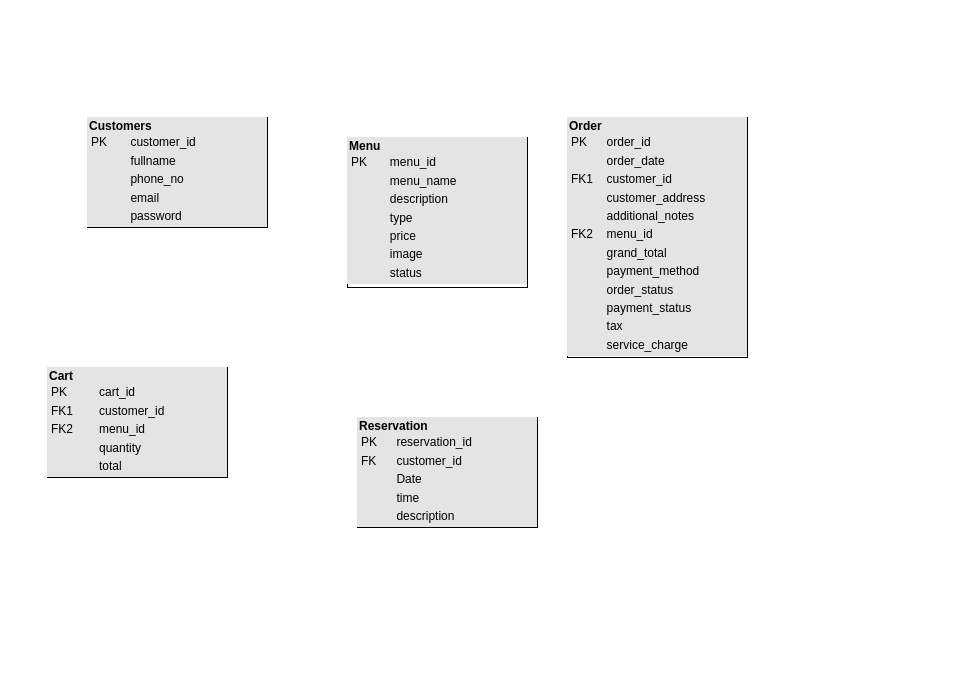
Earlier version of the draw.io diagram ZachumERD.drawio (birbdrtamang/Zachum-By-Skydancer). Source tidied: cells renumbered, new cells numbered last; positions are measured from the earlier drawing's top-left corner, leaving out a move shared by most shapes. Both pictures are drawn from the tidied source at 100%, with x=0, y=0 at pixel (47, 117).
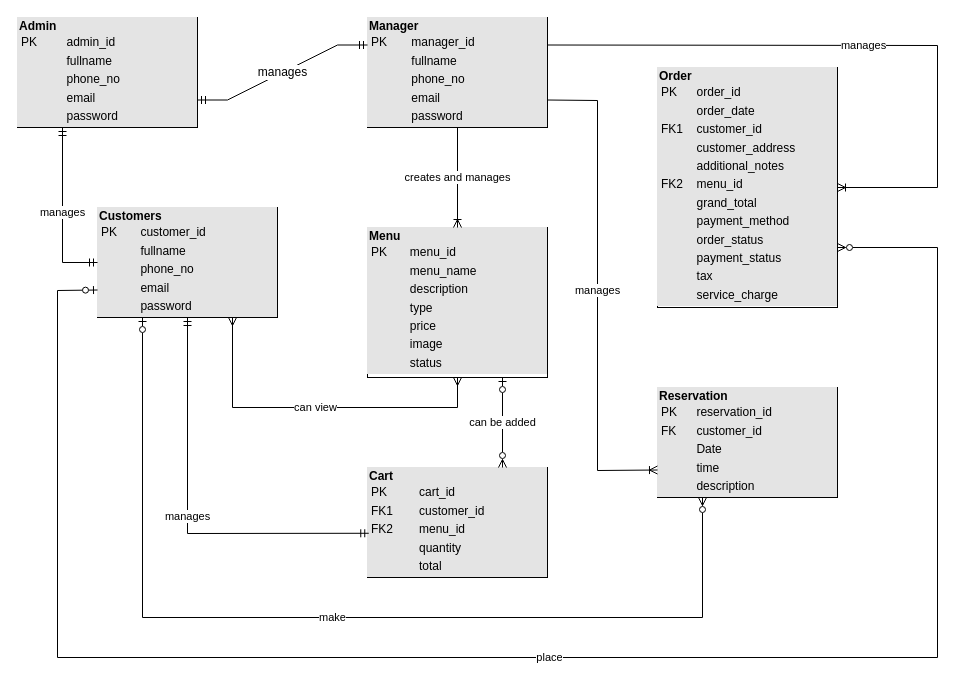
The same page after the edit.

Change to the diagram source:
```diff
@@
     <mxCell id="2" value="&lt;div style=&quot;box-sizing:border-box;width:100%;background:#e4e4e4;padding:2px;&quot;&gt;&lt;b&gt;Customers&lt;/b&gt;&lt;br&gt;&lt;table style=&quot;background-color: initial; font-size: 1em; width: 100%;&quot; cellpadding=&quot;2&quot; cellspacing=&quot;0&quot;&gt;&lt;tbody&gt;&lt;tr&gt;&lt;td&gt;PK&lt;/td&gt;&lt;td&gt;customer_id&lt;/td&gt;&lt;/tr&gt;&lt;tr&gt;&lt;td&gt;&lt;br&gt;&lt;/td&gt;&lt;td&gt;fullname&lt;/td&gt;&lt;/tr&gt;&lt;tr&gt;&lt;td&gt;&lt;br&gt;&lt;/td&gt;&lt;td&gt;phone_no&lt;/td&gt;&lt;/tr&gt;&lt;tr&gt;&lt;td&gt;&lt;br&gt;&lt;/td&gt;&lt;td&gt;email&lt;/td&gt;&lt;/tr&gt;&lt;tr&gt;&lt;td&gt;&lt;br&gt;&lt;/td&gt;&lt;td&gt;password&lt;/td&gt;&lt;/tr&gt;&lt;/tbody&gt;&lt;/table&gt;&lt;/div&gt;" style="verticalAlign=top;align=left;overflow=fill;html=1;whiteSpace=wrap;" parent="1" vertex="1">
-      <mxGeometry x="40" width="180" height="110" as="geometry" />
+      <mxGeometry x="50" y="90" width="180" height="110" as="geometry" />
     </mxCell>
     <mxCell id="3" value="&lt;div style=&quot;box-sizing:border-box;width:100%;background:#e4e4e4;padding:2px;&quot;&gt;&lt;b&gt;Menu&lt;/b&gt;&lt;br&gt;&lt;table style=&quot;background-color: initial; font-size: 1em; width: 100%;&quot; cellpadding=&quot;2&quot; cellspacing=&quot;0&quot;&gt;&lt;tbody&gt;&lt;tr&gt;&lt;td&gt;PK&lt;/td&gt;&lt;td&gt;menu_id&lt;/td&gt;&lt;/tr&gt;&lt;tr&gt;&lt;td&gt;&lt;br&gt;&lt;/td&gt;&lt;td&gt;menu_name&lt;/td&gt;&lt;/tr&gt;&lt;tr&gt;&lt;td&gt;&lt;br&gt;&lt;/td&gt;&lt;td&gt;description&lt;/td&gt;&lt;/tr&gt;&lt;tr&gt;&lt;td&gt;&lt;br&gt;&lt;/td&gt;&lt;td&gt;type&lt;/td&gt;&lt;/tr&gt;&lt;tr&gt;&lt;td&gt;&lt;br&gt;&lt;/td&gt;&lt;td&gt;price&lt;/td&gt;&lt;/tr&gt;&lt;tr&gt;&lt;td&gt;&lt;br&gt;&lt;/td&gt;&lt;td&gt;image&lt;/td&gt;&lt;/tr&gt;&lt;tr&gt;&lt;td&gt;&lt;br&gt;&lt;/td&gt;&lt;td&gt;status&lt;/td&gt;&lt;/tr&gt;&lt;/tbody&gt;&lt;/table&gt;&lt;/div&gt;" style="verticalAlign=top;align=left;overflow=fill;html=1;whiteSpace=wrap;" parent="1" vertex="1">
-      <mxGeometry x="300" y="20" width="180" height="150" as="geometry" />
+      <mxGeometry x="320" y="110" width="180" height="150" as="geometry" />
     </mxCell>
     <mxCell id="4" value="&lt;div style=&quot;box-sizing:border-box;width:100%;background:#e4e4e4;padding:2px;&quot;&gt;&lt;b&gt;Order&lt;/b&gt;&lt;br&gt;&lt;table style=&quot;background-color: initial; font-size: 1em; width: 100%;&quot; cellpadding=&quot;2&quot; cellspacing=&quot;0&quot;&gt;&lt;tbody&gt;&lt;tr&gt;&lt;td&gt;PK&lt;/td&gt;&lt;td&gt;order_id&lt;/td&gt;&lt;/tr&gt;&lt;tr&gt;&lt;td&gt;&lt;br&gt;&lt;/td&gt;&lt;td&gt;order_date&lt;/td&gt;&lt;/tr&gt;&lt;tr&gt;&lt;td&gt;FK1&lt;/td&gt;&lt;td&gt;customer_id&lt;/td&gt;&lt;/tr&gt;&lt;tr&gt;&lt;td&gt;&lt;br&gt;&lt;/td&gt;&lt;td&gt;customer_address&lt;/td&gt;&lt;/tr&gt;&lt;tr&gt;&lt;td&gt;&lt;br&gt;&lt;/td&gt;&lt;td&gt;additional_notes&lt;/td&gt;&lt;/tr&gt;&lt;tr&gt;&lt;td&gt;FK2&lt;/td&gt;&lt;td&gt;menu_id&lt;/td&gt;&lt;/tr&gt;&lt;tr&gt;&lt;td&gt;&lt;br&gt;&lt;/td&gt;&lt;td&gt;grand_total&lt;/td&gt;&lt;/tr&gt;&lt;tr&gt;&lt;td&gt;&lt;br&gt;&lt;/td&gt;&lt;td&gt;payment_method&lt;/td&gt;&lt;/tr&gt;&lt;tr&gt;&lt;td&gt;&lt;br&gt;&lt;/td&gt;&lt;td&gt;order_status&lt;/td&gt;&lt;/tr&gt;&lt;tr&gt;&lt;td&gt;&lt;br&gt;&lt;/td&gt;&lt;td&gt;payment_status&lt;/td&gt;&lt;/tr&gt;&lt;tr&gt;&lt;td&gt;&lt;br&gt;&lt;/td&gt;&lt;td&gt;tax&lt;/td&gt;&lt;/tr&gt;&lt;tr&gt;&lt;td&gt;&lt;br&gt;&lt;/td&gt;&lt;td&gt;service_charge&lt;/td&gt;&lt;/tr&gt;&lt;/tbody&gt;&lt;/table&gt;&lt;/div&gt;" style="verticalAlign=top;align=left;overflow=fill;html=1;whiteSpace=wrap;" parent="1" vertex="1">
-      <mxGeometry x="520" width="180" height="240" as="geometry" />
+      <mxGeometry x="610" y="-50" width="180" height="240" as="geometry" />
     </mxCell>
     <mxCell id="5" value="&lt;div style=&quot;box-sizing:border-box;width:100%;background:#e4e4e4;padding:2px;&quot;&gt;&lt;b&gt;Cart&lt;/b&gt;&lt;table style=&quot;background-color: initial; font-size: 1em; width: 100%;&quot; cellpadding=&quot;2&quot; cellspacing=&quot;0&quot;&gt;&lt;tbody&gt;&lt;tr&gt;&lt;td&gt;PK&lt;/td&gt;&lt;td&gt;cart_id&lt;/td&gt;&lt;/tr&gt;&lt;tr&gt;&lt;td&gt;FK1&lt;/td&gt;&lt;td&gt;customer_id&lt;/td&gt;&lt;/tr&gt;&lt;tr&gt;&lt;td&gt;FK2&lt;/td&gt;&lt;td&gt;menu_id&lt;/td&gt;&lt;/tr&gt;&lt;tr&gt;&lt;td&gt;&lt;br&gt;&lt;/td&gt;&lt;td&gt;quantity&lt;/td&gt;&lt;/tr&gt;&lt;tr&gt;&lt;td&gt;&lt;br&gt;&lt;/td&gt;&lt;td&gt;total&lt;/td&gt;&lt;/tr&gt;&lt;tr&gt;&lt;td&gt;&lt;br&gt;&lt;/td&gt;&lt;td&gt;&lt;br&gt;&lt;/td&gt;&lt;/tr&gt;&lt;tr&gt;&lt;td&gt;&lt;br&gt;&lt;/td&gt;&lt;td&gt;&lt;br&gt;&lt;/td&gt;&lt;/tr&gt;&lt;/tbody&gt;&lt;/table&gt;&lt;/div&gt;" style="verticalAlign=top;align=left;overflow=fill;html=1;whiteSpace=wrap;" parent="1" vertex="1">
-      <mxGeometry y="250" width="180" height="110" as="geometry" />
+      <mxGeometry x="320" y="350" width="180" height="110" as="geometry" />
     </mxCell>
     <mxCell id="6" value="&lt;div style=&quot;box-sizing:border-box;width:100%;background:#e4e4e4;padding:2px;&quot;&gt;&lt;b&gt;Reservation&lt;/b&gt;&lt;br&gt;&lt;table style=&quot;background-color: initial; font-size: 1em; width: 100%;&quot; cellpadding=&quot;2&quot; cellspacing=&quot;0&quot;&gt;&lt;tbody&gt;&lt;tr&gt;&lt;td&gt;PK&lt;/td&gt;&lt;td&gt;reservation_id&lt;/td&gt;&lt;/tr&gt;&lt;tr&gt;&lt;td&gt;FK&lt;/td&gt;&lt;td&gt;customer_id&lt;/td&gt;&lt;/tr&gt;&lt;tr&gt;&lt;td&gt;&lt;br&gt;&lt;/td&gt;&lt;td&gt;Date&lt;/td&gt;&lt;/tr&gt;&lt;tr&gt;&lt;td&gt;&lt;br&gt;&lt;/td&gt;&lt;td&gt;time&lt;/td&gt;&lt;/tr&gt;&lt;tr&gt;&lt;td&gt;&lt;br&gt;&lt;/td&gt;&lt;td&gt;description&lt;/td&gt;&lt;/tr&gt;&lt;tr&gt;&lt;td&gt;&lt;br&gt;&lt;/td&gt;&lt;td&gt;&lt;br&gt;&lt;/td&gt;&lt;/tr&gt;&lt;tr&gt;&lt;td&gt;&lt;br&gt;&lt;/td&gt;&lt;td&gt;&lt;br&gt;&lt;/td&gt;&lt;/tr&gt;&lt;/tbody&gt;&lt;/table&gt;&lt;/div&gt;" style="verticalAlign=top;align=left;overflow=fill;html=1;whiteSpace=wrap;" parent="1" vertex="1">
-      <mxGeometry x="310" y="300" width="180" height="110" as="geometry" />
+      <mxGeometry x="610" y="270" width="180" height="110" as="geometry" />
     </mxCell>
+    <mxCell id="7" value="&lt;div style=&quot;box-sizing:border-box;width:100%;background:#e4e4e4;padding:2px;&quot;&gt;&lt;b&gt;Admin&lt;/b&gt;&lt;table style=&quot;background-color: initial; font-size: 1em; width: 100%;&quot; cellpadding=&quot;2&quot; cellspacing=&quot;0&quot;&gt;&lt;tbody&gt;&lt;tr&gt;&lt;td&gt;PK&lt;/td&gt;&lt;td&gt;admin_id&lt;/td&gt;&lt;/tr&gt;&lt;tr&gt;&lt;td&gt;&lt;br&gt;&lt;/td&gt;&lt;td&gt;fullname&lt;/td&gt;&lt;/tr&gt;&lt;tr&gt;&lt;td&gt;&lt;br&gt;&lt;/td&gt;&lt;td&gt;phone_no&lt;/td&gt;&lt;/tr&gt;&lt;tr&gt;&lt;td&gt;&lt;br&gt;&lt;/td&gt;&lt;td&gt;email&lt;/td&gt;&lt;/tr&gt;&lt;tr&gt;&lt;td&gt;&lt;br&gt;&lt;/td&gt;&lt;td&gt;password&lt;/td&gt;&lt;/tr&gt;&lt;/tbody&gt;&lt;/table&gt;&lt;/div&gt;" style="verticalAlign=top;align=left;overflow=fill;html=1;whiteSpace=wrap;" parent="1" vertex="1">
+      <mxGeometry x="-30" y="-100" width="180" height="110" as="geometry" />
+    </mxCell>
+    <mxCell id="8" value="&lt;div style=&quot;box-sizing:border-box;width:100%;background:#e4e4e4;padding:2px;&quot;&gt;&lt;b&gt;Manager&lt;/b&gt;&lt;table style=&quot;background-color: initial; font-size: 1em; width: 100%;&quot; cellpadding=&quot;2&quot; cellspacing=&quot;0&quot;&gt;&lt;tbody&gt;&lt;tr&gt;&lt;td&gt;PK&lt;/td&gt;&lt;td&gt;manager_id&lt;/td&gt;&lt;/tr&gt;&lt;tr&gt;&lt;td&gt;&lt;br&gt;&lt;/td&gt;&lt;td&gt;fullname&lt;/td&gt;&lt;/tr&gt;&lt;tr&gt;&lt;td&gt;&lt;br&gt;&lt;/td&gt;&lt;td&gt;phone_no&lt;/td&gt;&lt;/tr&gt;&lt;tr&gt;&lt;td&gt;&lt;br&gt;&lt;/td&gt;&lt;td&gt;email&lt;/td&gt;&lt;/tr&gt;&lt;tr&gt;&lt;td&gt;&lt;br&gt;&lt;/td&gt;&lt;td&gt;password&lt;/td&gt;&lt;/tr&gt;&lt;/tbody&gt;&lt;/table&gt;&lt;/div&gt;" style="verticalAlign=top;align=left;overflow=fill;html=1;whiteSpace=wrap;" parent="1" vertex="1">
+      <mxGeometry x="320" y="-100" width="180" height="110" as="geometry" />
+    </mxCell>
+    <mxCell id="9" value="manages" style="edgeStyle=entityRelationEdgeStyle;fontSize=12;html=1;endArrow=ERmandOne;startArrow=ERmandOne;rounded=0;entryX=0;entryY=0.25;entryDx=0;entryDy=0;exitX=1;exitY=0.75;exitDx=0;exitDy=0;" parent="1" edge="1" source="7" target="8">
+      <mxGeometry relative="1" as="geometry" />
+    </mxCell>
+    <mxCell id="10" value="manages" style="endArrow=ERmandOne;html=1;rounded=0;exitX=0.25;exitY=1;exitDx=0;exitDy=0;entryX=0;entryY=0.5;entryDx=0;entryDy=0;startArrow=ERmandOne;startFill=0;endFill=0;" parent="1" edge="1" source="7" target="2">
+      <mxGeometry relative="1" as="geometry">
+        <Array as="points">
+          <mxPoint x="15" y="145" />
+        </Array>
+      </mxGeometry>
+    </mxCell>
+    <mxCell id="11" value="creates and manages" style="endArrow=ERoneToMany;html=1;rounded=0;exitX=0.5;exitY=1;exitDx=0;exitDy=0;entryX=0.5;entryY=0;entryDx=0;entryDy=0;endFill=0;" parent="1" edge="1" source="8" target="3">
+      <mxGeometry relative="1" as="geometry" />
+    </mxCell>
+    <mxCell id="12" value="can view" style="endArrow=ERmany;html=1;rounded=0;exitX=0.75;exitY=1;exitDx=0;exitDy=0;entryX=0.5;entryY=1;entryDx=0;entryDy=0;startArrow=ERmany;startFill=0;endFill=0;" parent="1" edge="1" source="2" target="3">
+      <mxGeometry relative="1" as="geometry">
+        <Array as="points">
+          <mxPoint x="185" y="290" />
+          <mxPoint x="410" y="290" />
+        </Array>
+      </mxGeometry>
+    </mxCell>
+    <mxCell id="13" value="can be added" style="endArrow=ERzeroToMany;html=1;rounded=0;exitX=0.75;exitY=1;exitDx=0;exitDy=0;startArrow=ERzeroToOne;startFill=0;endFill=0;entryX=0.75;entryY=0;entryDx=0;entryDy=0;" parent="1" edge="1" source="3" target="5">
+      <mxGeometry relative="1" as="geometry" />
+    </mxCell>
+    <mxCell id="14" value="make" style="endArrow=ERzeroToMany;html=1;rounded=0;exitX=0.25;exitY=1;exitDx=0;exitDy=0;entryX=0.25;entryY=1;entryDx=0;entryDy=0;startArrow=ERzeroToOne;startFill=0;endFill=0;" parent="1" edge="1" source="2" target="6">
+      <mxGeometry relative="1" as="geometry">
+        <Array as="points">
+          <mxPoint x="95" y="500" />
+          <mxPoint x="655" y="500" />
+        </Array>
+      </mxGeometry>
+    </mxCell>
+    <mxCell id="15" value="manages" style="endArrow=ERmandOne;html=1;rounded=0;exitX=0.5;exitY=1;exitDx=0;exitDy=0;entryX=0.007;entryY=0.598;entryDx=0;entryDy=0;entryPerimeter=0;startArrow=ERmandOne;startFill=0;endFill=0;" parent="1" edge="1" source="2" target="5">
+      <mxGeometry relative="1" as="geometry">
+        <Array as="points">
+          <mxPoint x="140" y="416" />
+        </Array>
+      </mxGeometry>
+    </mxCell>
+    <mxCell id="16" value="manages" style="endArrow=none;html=1;rounded=0;entryX=1;entryY=0.75;entryDx=0;entryDy=0;exitX=0;exitY=0.75;exitDx=0;exitDy=0;endFill=0;startArrow=ERoneToMany;startFill=0;" parent="1" edge="1" source="6" target="8">
+      <mxGeometry relative="1" as="geometry">
+        <Array as="points">
+          <mxPoint x="550" y="353" />
+          <mxPoint x="550" y="-17" />
+        </Array>
+      </mxGeometry>
+    </mxCell>
+    <mxCell id="17" value="manages" style="endArrow=none;html=1;rounded=0;entryX=1;entryY=0.25;entryDx=0;entryDy=0;exitX=1;exitY=0.5;exitDx=0;exitDy=0;endFill=0;startArrow=ERoneToMany;startFill=0;" parent="1" edge="1" source="4" target="8">
+      <mxGeometry relative="1" as="geometry">
+        <Array as="points">
+          <mxPoint x="890" y="70" />
+          <mxPoint x="890" y="-72" />
+        </Array>
+      </mxGeometry>
+    </mxCell>
+    <mxCell id="18" value="place" style="endArrow=ERzeroToMany;html=1;rounded=0;exitX=0;exitY=0.75;exitDx=0;exitDy=0;entryX=1;entryY=0.75;entryDx=0;entryDy=0;startArrow=ERzeroToOne;startFill=0;endFill=0;" parent="1" edge="1" source="2" target="4">
+      <mxGeometry relative="1" as="geometry">
+        <Array as="points">
+          <mxPoint x="10" y="173" />
+          <mxPoint x="10" y="540" />
+          <mxPoint x="890" y="540" />
+          <mxPoint x="890" y="130" />
+        </Array>
+      </mxGeometry>
+    </mxCell>
```
